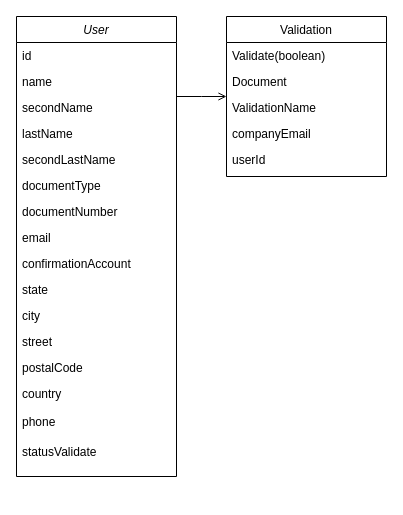
The draw.io diagram page "Page-1" (1 of 2) of Untitled Diagram.drawio in NFDdata/api-avu, before the edit. Source tidied: cells renumbered, new cells numbered last; positions are measured from the earlier drawing's top-left corner, leaving out a move shared by most shapes. Both pictures are drawn from the tidied source at 100%, with x=0, y=0 at pixel (16, 16).
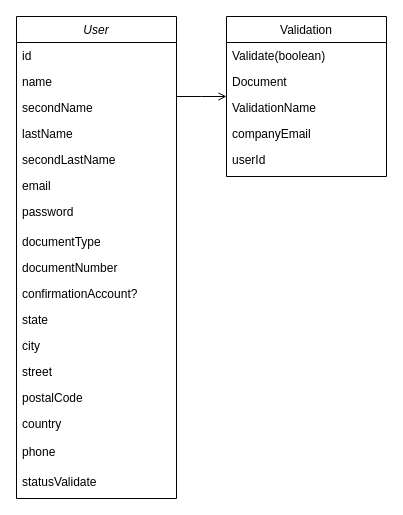
The same diagram, later.

The edit, as a diff of the source:
```diff
@@
     <mxCell id="2" value="User" style="swimlane;fontStyle=2;align=center;verticalAlign=top;horizontal=1;startSize=26;rounded=0;shadow=0;strokeWidth=1;" parent="1" vertex="1">
-      <mxGeometry width="160" height="460" as="geometry" />
+      <mxGeometry width="160" height="482" as="geometry" />
     </mxCell>
@@
+    <mxCell id="10" value="email" style="text;align=left;verticalAlign=top;spacingLeft=4;spacingRight=4;overflow=hidden;rounded=0;shadow=0;html=0;" parent="2" vertex="1">
+      <mxGeometry y="156" width="160" height="26" as="geometry" />
+    </mxCell>
+    <mxCell id="26" value="password" style="text;align=left;verticalAlign=top;spacingLeft=4;spacingRight=4;overflow=hidden;rounded=0;shadow=0;html=0;" parent="2" vertex="1">
+      <mxGeometry y="182" width="160" height="30" as="geometry" />
+    </mxCell>
     <mxCell id="8" value="documentType" style="text;align=left;verticalAlign=top;spacingLeft=4;spacingRight=4;overflow=hidden;rounded=0;shadow=0;html=0;" parent="2" vertex="1">
-      <mxGeometry y="156" width="160" height="26" as="geometry" />
+      <mxGeometry y="212" width="160" height="26" as="geometry" />
     </mxCell>
     <mxCell id="9" value="documentNumber" style="text;align=left;verticalAlign=top;spacingLeft=4;spacingRight=4;overflow=hidden;rounded=0;shadow=0;html=0;" parent="2" vertex="1">
-      <mxGeometry y="182" width="160" height="26" as="geometry" />
+      <mxGeometry y="238" width="160" height="26" as="geometry" />
     </mxCell>
-    <mxCell id="10" value="email" style="text;align=left;verticalAlign=top;spacingLeft=4;spacingRight=4;overflow=hidden;rounded=0;shadow=0;html=0;" parent="2" vertex="1">
-      <mxGeometry y="208" width="160" height="26" as="geometry" />
-    </mxCell>
-    <mxCell id="11" value="confirmationAccount" style="text;align=left;verticalAlign=top;spacingLeft=4;spacingRight=4;overflow=hidden;rounded=0;shadow=0;html=0;" parent="2" vertex="1">
-      <mxGeometry y="234" width="160" height="26" as="geometry" />
+    <mxCell id="11" value="confirmationAccount?" style="text;align=left;verticalAlign=top;spacingLeft=4;spacingRight=4;overflow=hidden;rounded=0;shadow=0;html=0;" parent="2" vertex="1">
+      <mxGeometry y="264" width="160" height="26" as="geometry" />
     </mxCell>
     <mxCell id="12" value="state" style="text;align=left;verticalAlign=top;spacingLeft=4;spacingRight=4;overflow=hidden;rounded=0;shadow=0;html=0;" parent="2" vertex="1">
-      <mxGeometry y="260" width="160" height="26" as="geometry" />
+      <mxGeometry y="290" width="160" height="26" as="geometry" />
     </mxCell>
     <mxCell id="13" value="city" style="text;align=left;verticalAlign=top;spacingLeft=4;spacingRight=4;overflow=hidden;rounded=0;shadow=0;html=0;" parent="2" vertex="1">
-      <mxGeometry y="286" width="160" height="26" as="geometry" />
+      <mxGeometry y="316" width="160" height="26" as="geometry" />
     </mxCell>
     <mxCell id="14" value="street" style="text;align=left;verticalAlign=top;spacingLeft=4;spacingRight=4;overflow=hidden;" parent="2" vertex="1">
-      <mxGeometry y="312" width="160" height="26" as="geometry" />
+      <mxGeometry y="342" width="160" height="26" as="geometry" />
     </mxCell>
     <mxCell id="15" value="postalCode" style="text;align=left;verticalAlign=top;spacingLeft=4;spacingRight=4;overflow=hidden;rounded=0;shadow=0;html=0;" parent="2" vertex="1">
-      <mxGeometry y="338" width="160" height="26" as="geometry" />
+      <mxGeometry y="368" width="160" height="26" as="geometry" />
     </mxCell>
     <mxCell id="16" value="country" style="text;align=left;verticalAlign=top;spacingLeft=4;spacingRight=4;overflow=hidden;rounded=0;shadow=0;html=0;" parent="2" vertex="1">
-      <mxGeometry y="364" width="160" height="28" as="geometry" />
+      <mxGeometry y="394" width="160" height="28" as="geometry" />
     </mxCell>
     <mxCell id="17" value="phone" style="text;align=left;verticalAlign=top;spacingLeft=4;spacingRight=4;overflow=hidden;rounded=0;shadow=0;html=0;" parent="2" vertex="1">
-      <mxGeometry y="392" width="160" height="30" as="geometry" />
+      <mxGeometry y="422" width="160" height="30" as="geometry" />
     </mxCell>
     <mxCell id="18" value="statusValidate" style="text;align=left;verticalAlign=top;spacingLeft=4;spacingRight=4;overflow=hidden;rounded=0;shadow=0;html=0;" parent="2" vertex="1">
-      <mxGeometry y="422" width="160" height="30" as="geometry" />
+      <mxGeometry y="452" width="160" height="30" as="geometry" />
     </mxCell>
```
